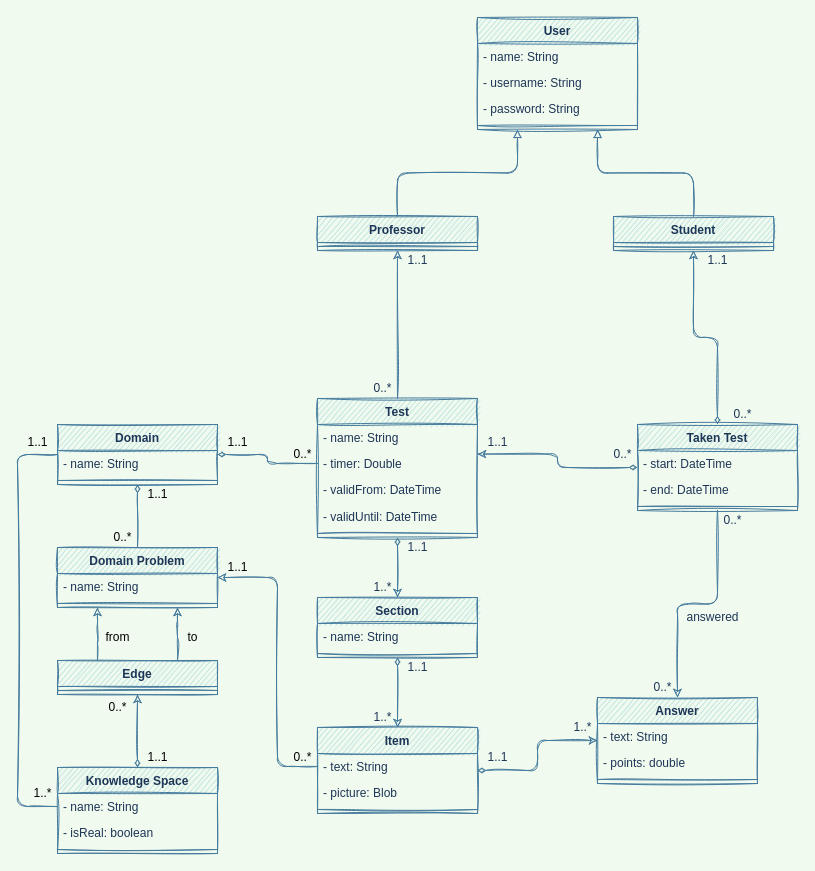
mikecitt/knowledge-space-testing-app keeps this draw.io diagram as docs/class-diagram.drawio. Above is the earlier version. Source tidied: cells renumbered, new cells numbered last; positions are measured from the earlier drawing's top-left corner, leaving out a move shared by most shapes. Both pictures are drawn from the tidied source at 100%, with x=0, y=0 at pixel (17, 17).
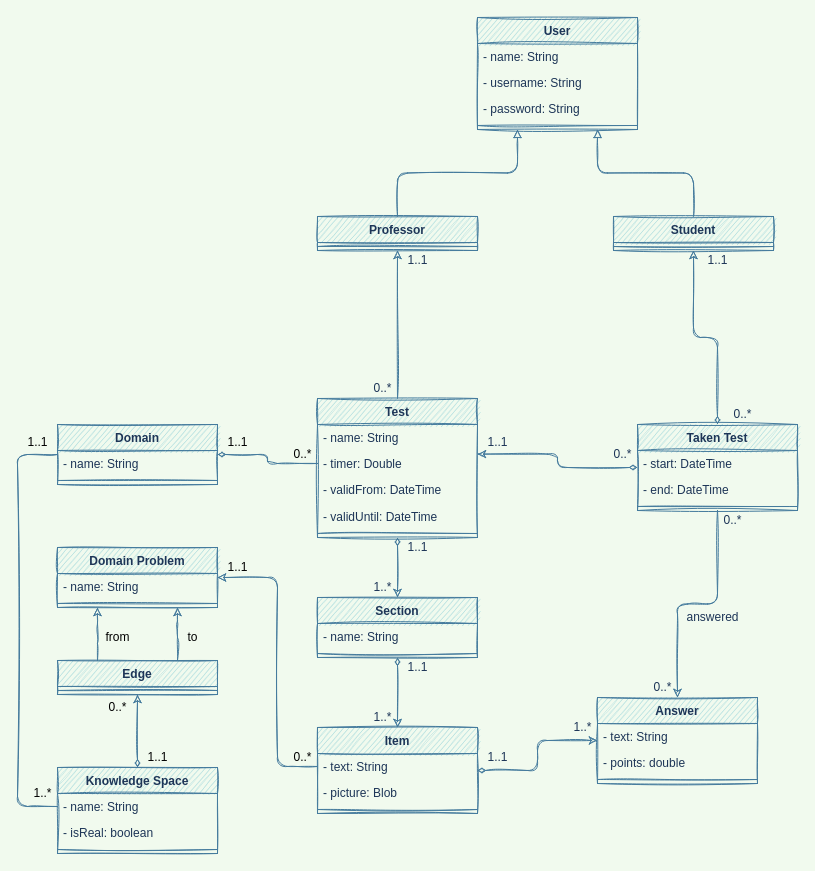
After the change.

Commit message (it also covers changes not shown here):
Removed relation between Domain and Domain Problem on class diagram. Restored removed users for testing purposes.

Unchanged cells that the change refers to:
```xml
<mxCell id="59" value="Domain" style="swimlane;fontStyle=1;align=center;verticalAlign=top;horizontal=1;startSize=26;fillColor=#A8DADC;strokeColor=#457B9D;fontColor=#1D3557;sketch=1;" parent="1" vertex="1">
  <mxGeometry x="40" y="407" width="160" height="60" as="geometry" />
</mxCell>
<mxCell id="65" value="Domain Problem" style="swimlane;fontStyle=1;align=center;verticalAlign=top;horizontal=1;startSize=26;fillColor=#A8DADC;strokeColor=#457B9D;fontColor=#1D3557;sketch=1;" parent="1" vertex="1">
  <mxGeometry x="40" y="530" width="160" height="60" as="geometry" />
</mxCell>
```

What changed in the source:
```diff
@@
-    <mxCell id="57" style="edgeStyle=orthogonalEdgeStyle;rounded=1;jettySize=auto;html=1;entryX=0.5;entryY=0;entryDx=0;entryDy=0;labelBackgroundColor=#F1FAEE;strokeColor=#457B9D;fontColor=#1D3557;endFill=0;startArrow=diamondThin;startFill=0;sketch=1;endArrow=none;" parent="1" edge="1" source="59" target="65">
-      <mxGeometry relative="1" as="geometry" />
-    </mxCell>
@@
-    <mxCell id="75" value="1..1" style="text;html=1;align=center;verticalAlign=middle;strokeColor=none;fillColor=none;" parent="1" vertex="1">
-      <mxGeometry x="120" y="467" width="40" height="20" as="geometry" />
-    </mxCell>
-    <mxCell id="76" value="0..*" style="text;html=1;align=center;verticalAlign=middle;strokeColor=none;fillColor=none;" parent="1" vertex="1">
-      <mxGeometry x="90" y="510" width="30" height="20" as="geometry" />
-    </mxCell>
```
